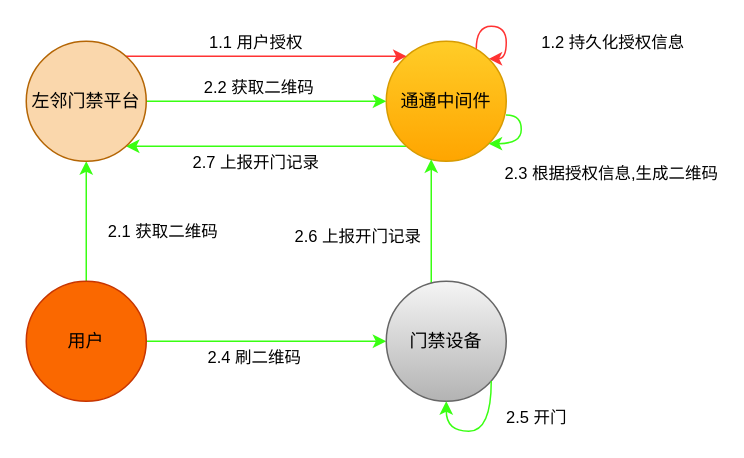
Above: page "第 3 页" (3 of 4) of 门禁.drawio in 63isOK/conference_graph (draw.io), before the change. Source tidied: cells renumbered, new cells numbered last; positions are measured from the earlier drawing's top-left corner, leaving out a move shared by most shapes. Both pictures are drawn from the tidied source at 150%, with x=0, y=0 at pixel (26, 26).
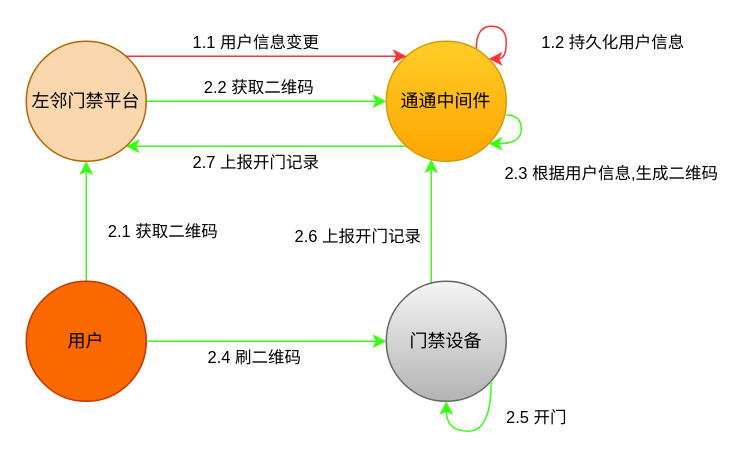
After the change.

The change refers to these unchanged cells:
```xml
<mxCell id="2" style="edgeStyle=orthogonalEdgeStyle;curved=1;rounded=1;orthogonalLoop=1;jettySize=auto;html=1;startArrow=none;startFill=0;entryX=1;entryY=0;entryDx=0;entryDy=0;strokeColor=#FF3333;" parent="1" edge="1" source="6" target="6">
  <mxGeometry relative="1" as="geometry">
    <Array as="points">
      <mxPoint x="300" />
      <mxPoint x="320" />
      <mxPoint x="320" y="22" />
    </Array>
  </mxGeometry>
</mxCell>
<mxCell id="15" style="edgeStyle=orthogonalEdgeStyle;curved=1;rounded=1;jettySize=auto;html=1;startArrow=none;startFill=0;strokeColor=#FF3333;" parent="1" edge="1" source="19" target="6">
  <mxGeometry relative="1" as="geometry">
    <Array as="points">
      <mxPoint x="160" y="20" />
      <mxPoint x="160" y="20" />
    </Array>
  </mxGeometry>
</mxCell>
<mxCell id="20" style="edgeStyle=orthogonalEdgeStyle;curved=1;rounded=1;orthogonalLoop=1;jettySize=auto;html=1;entryX=1;entryY=1;entryDx=0;entryDy=0;startArrow=none;startFill=0;exitX=0.998;exitY=0.615;exitDx=0;exitDy=0;exitPerimeter=0;strokeColor=#39FF12;" parent="1" edge="1" source="6" target="6">
  <mxGeometry relative="1" as="geometry">
    <Array as="points">
      <mxPoint x="330" y="59" />
      <mxPoint x="330" y="78" />
    </Array>
  </mxGeometry>
</mxCell>
```

Diff of the diagram source:
```diff
@@
-    <mxCell id="3" value="1.2 持久化授权信息" style="edgeLabel;html=1;align=center;verticalAlign=middle;" parent="2" vertex="1">
+    <mxCell id="3" value="1.2 持久化用户信息" style="edgeLabel;html=1;align=center;verticalAlign=middle;" parent="2" vertex="1">
       <mxGeometry x="-0.39" y="-4" relative="1" as="geometry">
         <mxPoint x="85" y="6" as="offset" />
       </mxGeometry>
     </mxCell>
@@
-    <mxCell id="16" value="1.1 用户授权" style="edgeLabel;html=1;align=center;verticalAlign=middle;" parent="15" vertex="1">
+    <mxCell id="16" value="1.1 用户信息变更" style="edgeLabel;html=1;align=center;verticalAlign=middle;" parent="15" vertex="1">
       <mxGeometry x="0.2" y="-1" relative="1" as="geometry">
         <mxPoint x="-26" y="-11" as="offset" />
       </mxGeometry>
     </mxCell>
@@
-    <mxCell id="21" value="2.3 根据授权信息,生成二维码" style="edgeLabel;html=1;align=center;verticalAlign=middle;" parent="20" vertex="1">
+    <mxCell id="21" value="2.3 根据用户信息,生成二维码" style="edgeLabel;html=1;align=center;verticalAlign=middle;" parent="20" vertex="1">
       <mxGeometry x="0.22" y="-1" relative="1" as="geometry">
         <mxPoint x="61" y="20" as="offset" />
       </mxGeometry>
     </mxCell>
```
